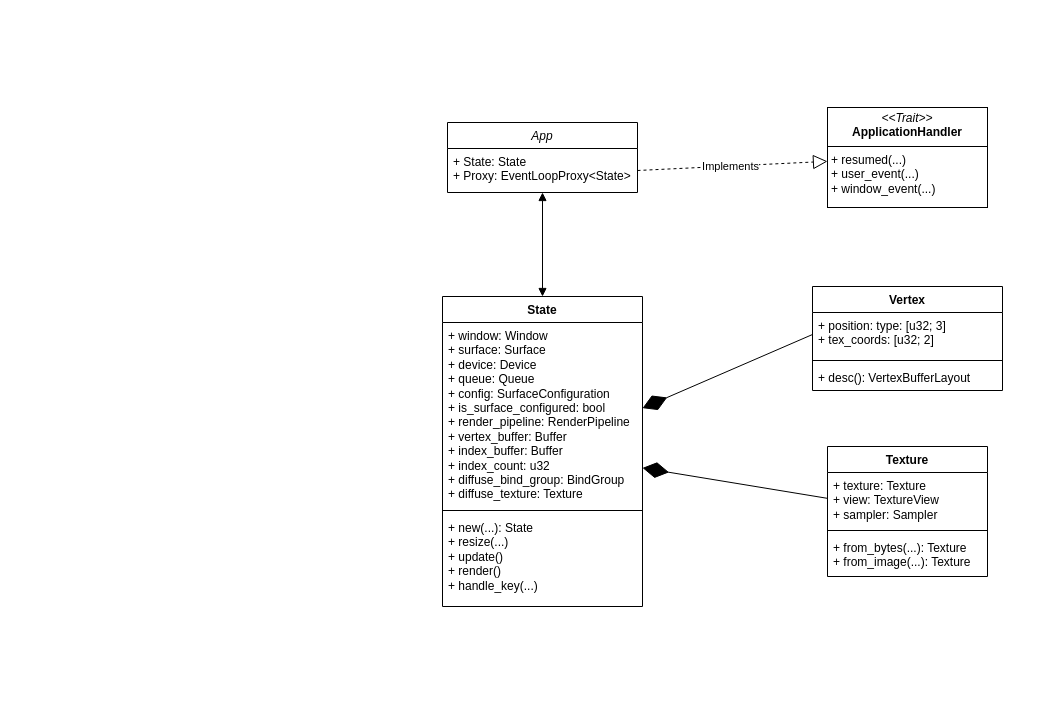
Earlier version of the draw.io diagram class.drawio (AidasLit/web_gpu). Source tidied: cells renumbered, new cells numbered last; positions are measured from the earlier drawing's top-left corner, leaving out a move shared by most shapes. Both pictures are drawn from the tidied source at 100%, with x=0, y=0 at pixel (442, 107).
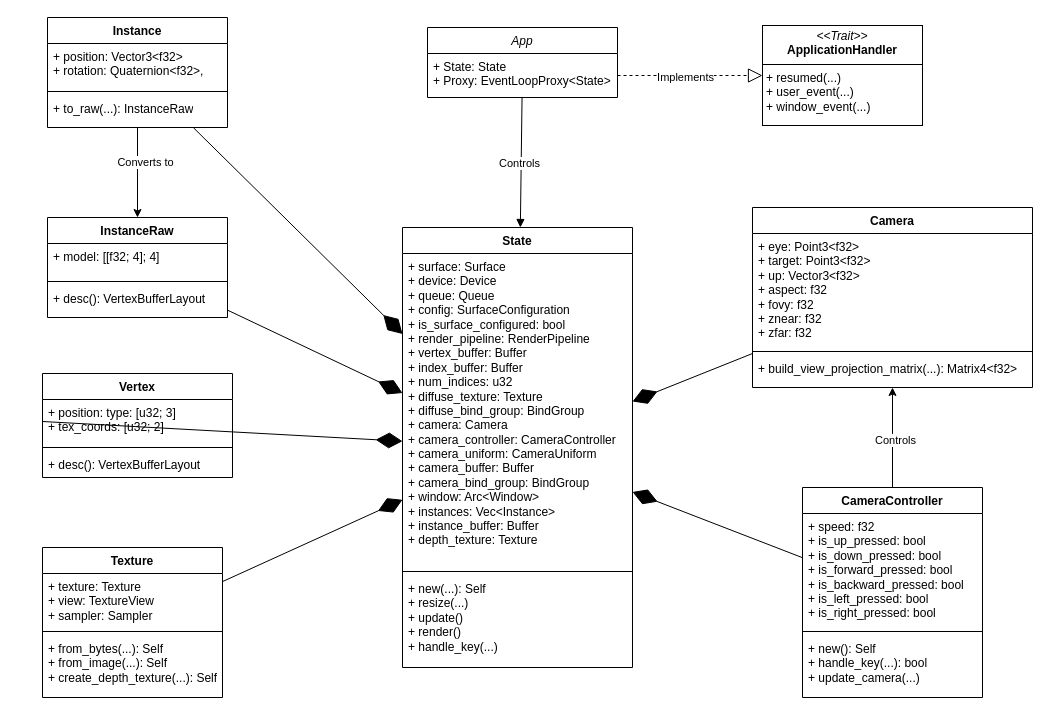
Above is the later version.

The edit, as a diff of the source:
```diff
@@
     <mxCell id="2" value="App" style="swimlane;fontStyle=2;align=center;verticalAlign=top;horizontal=1;startSize=26;rounded=0;shadow=0;strokeWidth=1;" parent="1" vertex="1">
-      <mxGeometry x="5" y="15" width="190" height="70" as="geometry" />
+      <mxGeometry x="-15" y="-80" width="190" height="70" as="geometry" />
     </mxCell>
@@
     <mxCell id="4" value="&lt;p style=&quot;margin:0px;margin-top:4px;text-align:center;&quot;&gt;&lt;i&gt;&amp;lt;&amp;lt;Trait&amp;gt;&amp;gt;&lt;/i&gt;&lt;br&gt;&lt;b&gt;ApplicationHandler&lt;/b&gt;&lt;/p&gt;&lt;hr size=&quot;1&quot; style=&quot;border-style:solid;&quot;&gt;&lt;p style=&quot;margin:0px;margin-left:4px;&quot;&gt;+ resumed(...)&lt;br&gt;+ user_event(...)&lt;/p&gt;&lt;p style=&quot;margin:0px;margin-left:4px;&quot;&gt;+ window_event(...)&lt;/p&gt;" style="verticalAlign=top;align=left;overflow=fill;html=1;whiteSpace=wrap;" parent="1" vertex="1">
-      <mxGeometry x="385" width="160" height="100" as="geometry" />
+      <mxGeometry x="320" y="-82" width="160" height="100" as="geometry" />
     </mxCell>
@@
     <mxCell id="7" value="Vertex" style="swimlane;fontStyle=1;align=center;verticalAlign=top;horizontal=1;startSize=26;whiteSpace=wrap;html=1;" parent="1" vertex="1">
-      <mxGeometry x="370" y="179" width="190" height="104" as="geometry" />
+      <mxGeometry x="-400" y="266" width="190" height="104" as="geometry" />
     </mxCell>
@@
     <mxCell id="11" value="Texture" style="swimlane;fontStyle=1;align=center;verticalAlign=top;horizontal=1;startSize=26;whiteSpace=wrap;html=1;" parent="1" vertex="1">
-      <mxGeometry x="385" y="339" width="160" height="130" as="geometry" />
+      <mxGeometry x="-400" y="440" width="180" height="150" as="geometry" />
     </mxCell>
     <mxCell id="12" value="+ texture: Texture&lt;div&gt;+ view: TextureView&lt;/div&gt;&lt;div&gt;+ sampler: Sampler&lt;/div&gt;" style="text;strokeColor=none;fillColor=none;align=left;verticalAlign=top;spacingLeft=4;spacingRight=4;overflow=hidden;whiteSpace=wrap;html=1;" parent="11" vertex="1">
-      <mxGeometry y="26" width="160" height="54" as="geometry" />
+      <mxGeometry y="26" width="180" height="54" as="geometry" />
     </mxCell>
     <mxCell id="13" style="line;strokeWidth=1;fillColor=none;align=left;verticalAlign=middle;spacingTop=-1;spacingLeft=3;spacingRight=3;labelPosition=right;strokeColor=inherit;" parent="11" vertex="1">
-      <mxGeometry y="80" width="160" height="8" as="geometry" />
+      <mxGeometry y="80" width="180" height="8" as="geometry" />
     </mxCell>
-    <mxCell id="14" value="+ from_bytes(...): Texture&lt;div&gt;+ from_image(...): Texture&lt;/div&gt;" style="text;strokeColor=none;fillColor=none;align=left;verticalAlign=top;spacingLeft=4;spacingRight=4;overflow=hidden;whiteSpace=wrap;html=1;" parent="11" vertex="1">
-      <mxGeometry y="88" width="160" height="42" as="geometry" />
+    <mxCell id="14" value="+ from_bytes(...): Self&lt;div&gt;+ from_image(...): Self&lt;/div&gt;&lt;div&gt;+&amp;nbsp;create_depth_texture(...): Self&lt;/div&gt;" style="text;strokeColor=none;fillColor=none;align=left;verticalAlign=top;spacingLeft=4;spacingRight=4;overflow=hidden;whiteSpace=wrap;html=1;" parent="11" vertex="1">
+      <mxGeometry y="88" width="180" height="62" as="geometry" />
     </mxCell>
     <mxCell id="15" value="State" style="swimlane;fontStyle=1;align=center;verticalAlign=top;horizontal=1;startSize=26;whiteSpace=wrap;html=1;" parent="1" vertex="1">
-      <mxGeometry y="189" width="200" height="310" as="geometry" />
+      <mxGeometry x="-40" y="120" width="230" height="440" as="geometry" />
     </mxCell>
-    <mxCell id="16" value="&lt;div&gt;+ window: Window&lt;/div&gt;&lt;div&gt;+ surface: Surface&lt;/div&gt;&lt;div&gt;+ device: Device&lt;/div&gt;&lt;div&gt;+ queue: Queue&lt;/div&gt;&lt;div&gt;+ config: SurfaceConfiguration&lt;/div&gt;&lt;div&gt;+ is_surface_configured: bool&lt;/div&gt;&lt;div&gt;+ render_pipeline: RenderPipeline&lt;/div&gt;&lt;div&gt;+ vertex_buffer: Buffer&lt;/div&gt;&lt;div&gt;+ index_buffer: Buffer&lt;/div&gt;&lt;div&gt;+ index_count: u32&lt;/div&gt;&lt;div&gt;+ diffuse_bind_group: BindGroup&lt;/div&gt;&lt;div&gt;+ diffuse_texture: Texture&lt;/div&gt;" style="text;strokeColor=none;fillColor=none;align=left;verticalAlign=top;spacingLeft=4;spacingRight=4;overflow=hidden;whiteSpace=wrap;html=1;" parent="15" vertex="1">
-      <mxGeometry y="26" width="200" height="184" as="geometry" />
+    <mxCell id="16" value="&lt;div&gt;+ surface: Surface&lt;/div&gt;&lt;div&gt;+ device: Device&lt;/div&gt;&lt;div&gt;+ queue: Queue&lt;/div&gt;&lt;div&gt;+ config: SurfaceConfiguration&lt;/div&gt;&lt;div&gt;+ is_surface_configured: bool&lt;/div&gt;&lt;div&gt;+ render_pipeline: RenderPipeline&lt;/div&gt;&lt;div&gt;+ vertex_buffer: Buffer&lt;/div&gt;&lt;div&gt;+ index_buffer: Buffer&lt;/div&gt;&lt;div&gt;+ num_indices: u32&lt;/div&gt;&lt;div&gt;+ diffuse_texture: Texture&lt;/div&gt;&lt;div&gt;+ diffuse_bind_group: BindGroup&lt;/div&gt;&lt;div&gt;+ camera: Camera&lt;/div&gt;&lt;div&gt;+ camera_controller: CameraController&lt;/div&gt;&lt;div&gt;+ camera_uniform: CameraUniform&lt;/div&gt;&lt;div&gt;+ camera_buffer: Buffer&lt;/div&gt;&lt;div&gt;+ camera_bind_group: BindGroup&lt;/div&gt;&lt;div&gt;+ window: Arc&amp;lt;Window&amp;gt;&lt;/div&gt;&lt;div&gt;+ instances: Vec&amp;lt;Instance&amp;gt;&lt;/div&gt;&lt;div&gt;+ instance_buffer: Buffer&lt;/div&gt;&lt;div&gt;+ depth_texture: Texture&lt;/div&gt;" style="text;strokeColor=none;fillColor=none;align=left;verticalAlign=top;spacingLeft=4;spacingRight=4;overflow=hidden;whiteSpace=wrap;html=1;" parent="15" vertex="1">
+      <mxGeometry y="26" width="230" height="314" as="geometry" />
     </mxCell>
     <mxCell id="17" style="line;strokeWidth=1;fillColor=none;align=left;verticalAlign=middle;spacingTop=-1;spacingLeft=3;spacingRight=3;labelPosition=right;strokeColor=inherit;" parent="15" vertex="1">
-      <mxGeometry y="210" width="200" height="8" as="geometry" />
+      <mxGeometry y="340" width="230" height="8" as="geometry" />
     </mxCell>
-    <mxCell id="18" value="+ new(...): State&lt;div&gt;+ resize(...)&lt;/div&gt;&lt;div&gt;+ update()&lt;/div&gt;&lt;div&gt;+ render()&lt;/div&gt;&lt;div&gt;+ handle_key(...)&lt;/div&gt;" style="text;strokeColor=none;fillColor=none;align=left;verticalAlign=top;spacingLeft=4;spacingRight=4;overflow=hidden;whiteSpace=wrap;html=1;" parent="15" vertex="1">
-      <mxGeometry y="218" width="200" height="92" as="geometry" />
+    <mxCell id="18" value="+ new(...): Self&lt;div&gt;+ resize(...)&lt;/div&gt;&lt;div&gt;+ update()&lt;/div&gt;&lt;div&gt;+ render()&lt;/div&gt;&lt;div&gt;+ handle_key(...)&lt;/div&gt;" style="text;strokeColor=none;fillColor=none;align=left;verticalAlign=top;spacingLeft=4;spacingRight=4;overflow=hidden;whiteSpace=wrap;html=1;" parent="15" vertex="1">
+      <mxGeometry y="348" width="230" height="92" as="geometry" />
     </mxCell>
@@
-    <mxCell id="21" style="endArrow=block;startArrow=block;endFill=1;startFill=1;html=1;rounded=0;" parent="1" edge="1" source="15" target="2">
+    <mxCell id="21" style="endArrow=none;startArrow=block;endFill=0;startFill=1;html=1;rounded=0;" parent="1" edge="1" source="15" target="2">
       <mxGeometry relative="1" as="geometry" />
     </mxCell>
+    <mxCell id="22" value="Controls" style="edgeLabel;html=1;align=center;verticalAlign=middle;" parent="21" vertex="1">
+      <mxGeometry x="-0.01" y="2" relative="1" as="geometry" />
+    </mxCell>
+    <mxCell id="23" value="Camera" style="swimlane;fontStyle=1;align=center;verticalAlign=top;horizontal=1;startSize=26;whiteSpace=wrap;html=1;" parent="1" vertex="1">
+      <mxGeometry x="310" y="100" width="280" height="180" as="geometry" />
+    </mxCell>
+    <mxCell id="24" value="&lt;div&gt;+ eye: Point3&amp;lt;f32&amp;gt;&lt;/div&gt;&lt;div&gt;+ target: Point3&amp;lt;f32&amp;gt;&lt;/div&gt;&lt;div&gt;+ up: Vector3&amp;lt;f32&amp;gt;&lt;/div&gt;&lt;div&gt;+ aspect: f32&lt;/div&gt;&lt;div&gt;+ fovy: f32&lt;/div&gt;&lt;div&gt;+ znear: f32&lt;/div&gt;&lt;div&gt;+ zfar: f32&lt;/div&gt;" style="text;strokeColor=none;fillColor=none;align=left;verticalAlign=top;spacingLeft=4;spacingRight=4;overflow=hidden;whiteSpace=wrap;html=1;" parent="23" vertex="1">
+      <mxGeometry y="26" width="280" height="114" as="geometry" />
+    </mxCell>
+    <mxCell id="25" style="line;strokeWidth=1;fillColor=none;align=left;verticalAlign=middle;spacingTop=-1;spacingLeft=3;spacingRight=3;labelPosition=right;strokeColor=inherit;" parent="23" vertex="1">
+      <mxGeometry y="140" width="280" height="8" as="geometry" />
+    </mxCell>
+    <mxCell id="26" value="+&lt;span style=&quot;background-color: transparent;&quot;&gt;&amp;nbsp;build_view_projection_matrix(...): Matrix4&amp;lt;f32&amp;gt;&amp;nbsp;&lt;/span&gt;" style="text;strokeColor=none;fillColor=none;align=left;verticalAlign=top;spacingLeft=4;spacingRight=4;overflow=hidden;whiteSpace=wrap;html=1;" parent="23" vertex="1">
+      <mxGeometry y="148" width="280" height="32" as="geometry" />
+    </mxCell>
+    <mxCell id="27" style="endArrow=diamondThin;endFill=1;endSize=24;html=1;rounded=0;" parent="1" edge="1" source="23" target="15">
+      <mxGeometry relative="1" as="geometry" />
+    </mxCell>
+    <mxCell id="28" value="CameraController" style="swimlane;fontStyle=1;align=center;verticalAlign=top;horizontal=1;startSize=26;whiteSpace=wrap;html=1;" parent="1" vertex="1">
+      <mxGeometry x="360" y="380" width="180" height="210" as="geometry" />
+    </mxCell>
+    <mxCell id="29" value="&lt;div&gt;+ speed: f32&lt;/div&gt;&lt;div&gt;+ is_up_pressed: bool&lt;/div&gt;&lt;div&gt;+ is_down_pressed: bool&lt;/div&gt;&lt;div&gt;+ is_forward_pressed: bool&lt;/div&gt;&lt;div&gt;+ is_backward_pressed: bool&lt;/div&gt;&lt;div&gt;+ is_left_pressed: bool&lt;/div&gt;&lt;div&gt;+ is_right_pressed: bool&lt;/div&gt;" style="text;strokeColor=none;fillColor=none;align=left;verticalAlign=top;spacingLeft=4;spacingRight=4;overflow=hidden;whiteSpace=wrap;html=1;" parent="28" vertex="1">
+      <mxGeometry y="26" width="180" height="114" as="geometry" />
+    </mxCell>
+    <mxCell id="30" style="line;strokeWidth=1;fillColor=none;align=left;verticalAlign=middle;spacingTop=-1;spacingLeft=3;spacingRight=3;labelPosition=right;strokeColor=inherit;" parent="28" vertex="1">
+      <mxGeometry y="140" width="180" height="8" as="geometry" />
+    </mxCell>
+    <mxCell id="31" value="&lt;div&gt;+ new(): Self&lt;/div&gt;&lt;div&gt;+ handle_key(...): bool&lt;/div&gt;&lt;div&gt;+&amp;nbsp;update_camera(...)&lt;/div&gt;" style="text;strokeColor=none;fillColor=none;align=left;verticalAlign=top;spacingLeft=4;spacingRight=4;overflow=hidden;whiteSpace=wrap;html=1;" parent="28" vertex="1">
+      <mxGeometry y="148" width="180" height="62" as="geometry" />
+    </mxCell>
+    <mxCell id="32" value="Instance" style="swimlane;fontStyle=1;align=center;verticalAlign=top;horizontal=1;startSize=26;whiteSpace=wrap;html=1;" parent="1" vertex="1">
+      <mxGeometry x="-395" y="-90" width="180" height="110" as="geometry" />
+    </mxCell>
+    <mxCell id="33" value="&lt;div&gt;+ position: Vector3&amp;lt;f32&amp;gt;&lt;/div&gt;&lt;div&gt;&lt;span style=&quot;background-color: transparent; color: light-dark(rgb(0, 0, 0), rgb(255, 255, 255));&quot;&gt;+ rotation: Quaternion&amp;lt;f32&amp;gt;,&lt;/span&gt;&lt;/div&gt;" style="text;strokeColor=none;fillColor=none;align=left;verticalAlign=top;spacingLeft=4;spacingRight=4;overflow=hidden;whiteSpace=wrap;html=1;" parent="32" vertex="1">
+      <mxGeometry y="26" width="180" height="44" as="geometry" />
+    </mxCell>
+    <mxCell id="34" style="line;strokeWidth=1;fillColor=none;align=left;verticalAlign=middle;spacingTop=-1;spacingLeft=3;spacingRight=3;labelPosition=right;strokeColor=inherit;" parent="32" vertex="1">
+      <mxGeometry y="70" width="180" height="8" as="geometry" />
+    </mxCell>
+    <mxCell id="35" value="+&amp;nbsp;to_raw(...): InstanceRaw" style="text;strokeColor=none;fillColor=none;align=left;verticalAlign=top;spacingLeft=4;spacingRight=4;overflow=hidden;whiteSpace=wrap;html=1;" parent="32" vertex="1">
+      <mxGeometry y="78" width="180" height="32" as="geometry" />
+    </mxCell>
+    <mxCell id="36" value="InstanceRaw" style="swimlane;fontStyle=1;align=center;verticalAlign=top;horizontal=1;startSize=26;whiteSpace=wrap;html=1;" parent="1" vertex="1">
+      <mxGeometry x="-395" y="110" width="180" height="100" as="geometry" />
+    </mxCell>
+    <mxCell id="37" value="&lt;div&gt;+&amp;nbsp;model: [[f32; 4]; 4]&lt;/div&gt;" style="text;strokeColor=none;fillColor=none;align=left;verticalAlign=top;spacingLeft=4;spacingRight=4;overflow=hidden;whiteSpace=wrap;html=1;" parent="36" vertex="1">
+      <mxGeometry y="26" width="180" height="34" as="geometry" />
+    </mxCell>
+    <mxCell id="38" style="line;strokeWidth=1;fillColor=none;align=left;verticalAlign=middle;spacingTop=-1;spacingLeft=3;spacingRight=3;labelPosition=right;strokeColor=inherit;" parent="36" vertex="1">
+      <mxGeometry y="60" width="180" height="8" as="geometry" />
+    </mxCell>
+    <mxCell id="39" value="+ desc(): VertexBufferLayout" style="text;strokeColor=none;fillColor=none;align=left;verticalAlign=top;spacingLeft=4;spacingRight=4;overflow=hidden;whiteSpace=wrap;html=1;" parent="36" vertex="1">
+      <mxGeometry y="68" width="180" height="32" as="geometry" />
+    </mxCell>
+    <mxCell id="40" style="endArrow=classic;html=1;rounded=0;" parent="1" edge="1" source="28" target="23">
+      <mxGeometry relative="1" as="geometry" />
+    </mxCell>
+    <mxCell id="41" value="Controls" style="edgeLabel;html=1;align=center;verticalAlign=middle;" parent="40" vertex="1">
+      <mxGeometry x="-0.04" y="-2" relative="1" as="geometry" />
+    </mxCell>
+    <mxCell id="42" style="endArrow=classic;html=1;rounded=0;" parent="1" edge="1" source="32" target="36">
+      <mxGeometry relative="1" as="geometry" />
+    </mxCell>
+    <mxCell id="43" value="Converts to" style="edgeLabel;html=1;align=center;verticalAlign=middle;" parent="42" vertex="1">
+      <mxGeometry x="-0.22" relative="1" as="geometry">
+        <mxPoint x="7" y="-1" as="offset" />
+      </mxGeometry>
+    </mxCell>
+    <mxCell id="44" style="endArrow=diamondThin;endFill=1;endSize=24;html=1;rounded=0;" parent="1" edge="1" source="28" target="15">
+      <mxGeometry relative="1" as="geometry" />
+    </mxCell>
+    <mxCell id="45" style="endArrow=diamondThin;endFill=1;endSize=24;html=1;rounded=0;" parent="1" edge="1" source="36" target="15">
+      <mxGeometry relative="1" as="geometry" />
+    </mxCell>
+    <mxCell id="46" style="endArrow=diamondThin;endFill=1;endSize=24;html=1;rounded=0;" parent="1" edge="1" source="32" target="15">
+      <mxGeometry relative="1" as="geometry" />
+    </mxCell>
```
